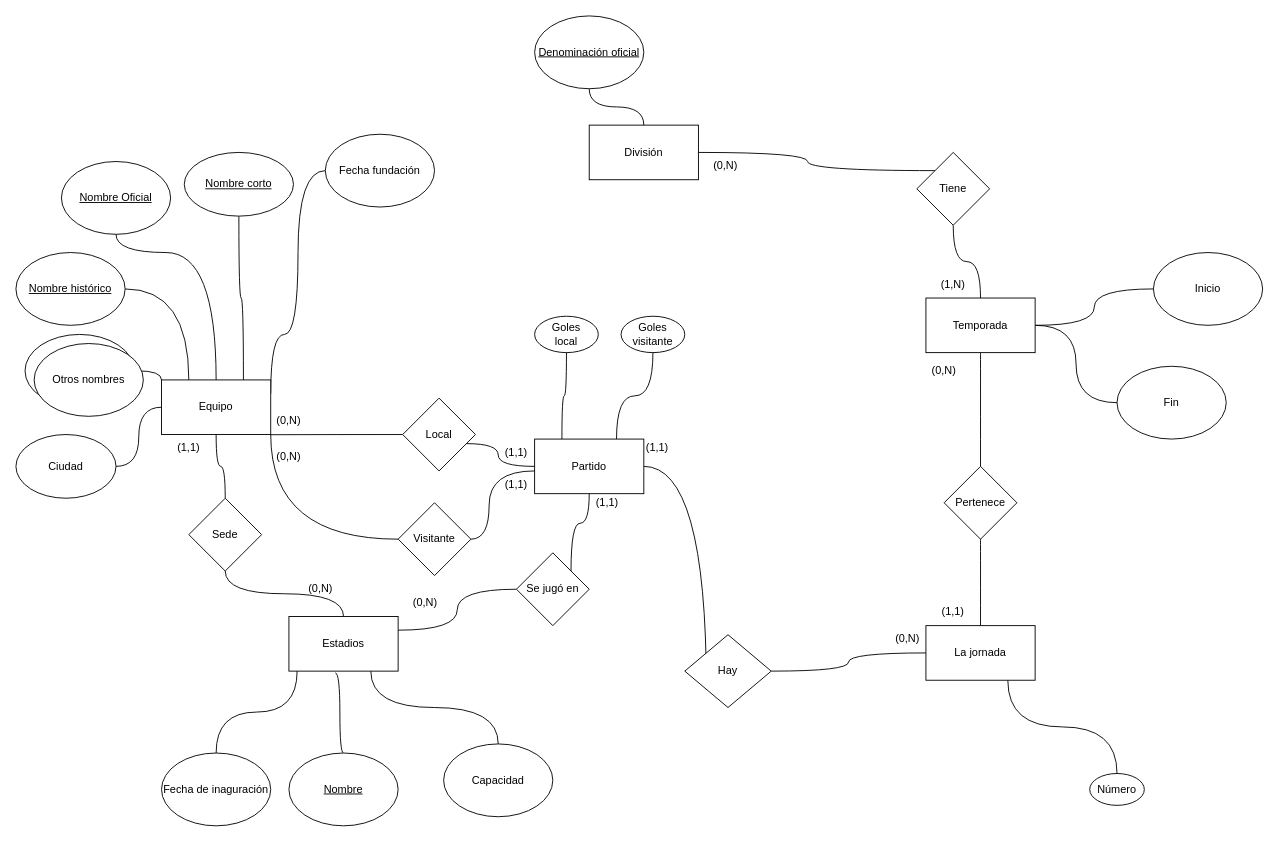
Above: draws/LigaFutbol.drawio in Practicass/Practica1_LigaFutbol (draw.io), before the change. Source tidied: cells renumbered, new cells numbered last; positions are measured from the earlier drawing's top-left corner, leaving out a move shared by most shapes. Both pictures are drawn from the tidied source at 91%, with x=0, y=0 at pixel (15, 15).
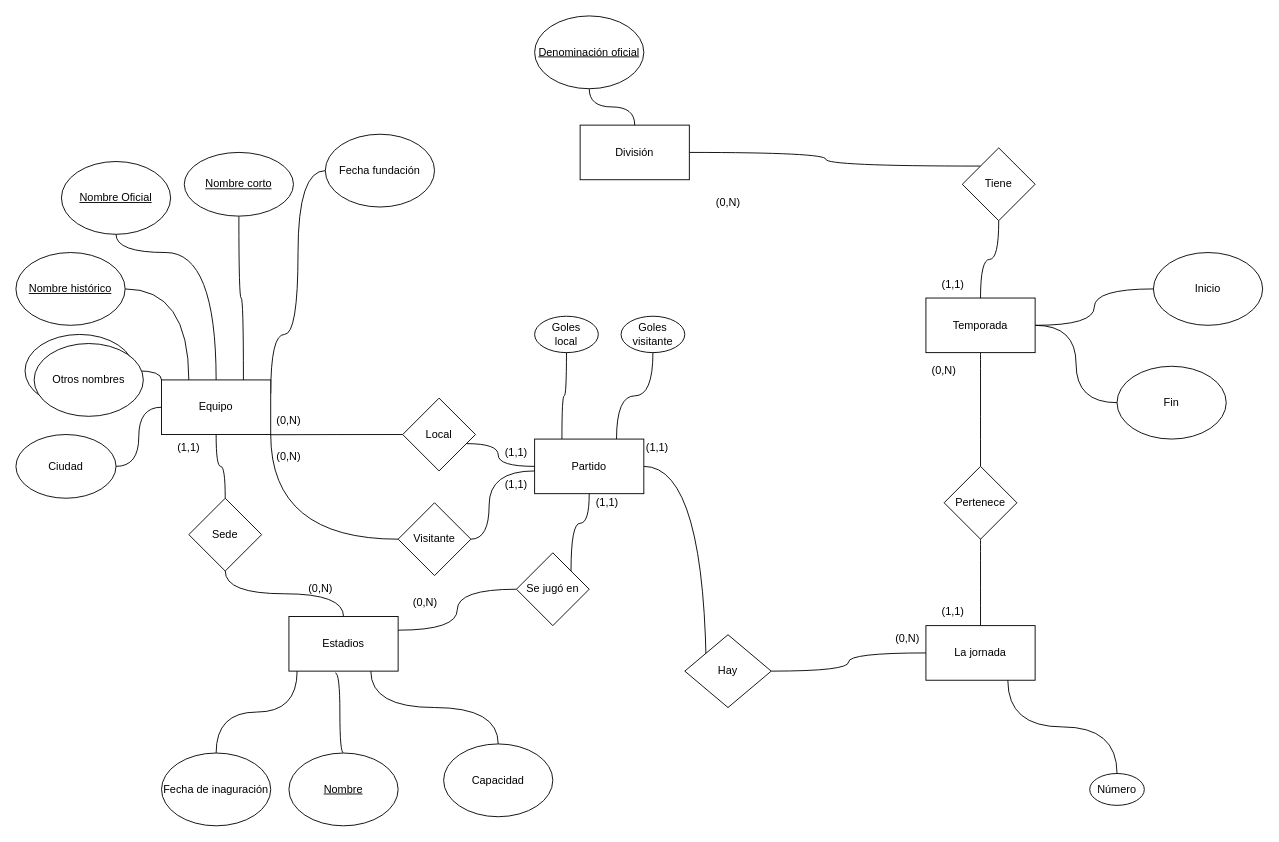
Above is the later version.

Diff of the diagram source:
```diff
@@
     <mxCell id="38" value="División" style="rounded=0;whiteSpace=wrap;html=1;" parent="1" vertex="1">
-      <mxGeometry x="630" y="120" width="120" height="60" as="geometry" />
+      <mxGeometry x="620" y="120" width="120" height="60" as="geometry" />
     </mxCell>
@@
     <mxCell id="60" value="Tiene" style="rhombus;whiteSpace=wrap;html=1;" parent="1" vertex="1">
-      <mxGeometry x="990" y="150" width="80" height="80" as="geometry" />
+      <mxGeometry x="1040" y="145" width="80" height="80" as="geometry" />
     </mxCell>
@@
     <mxCell id="69" value="(0,N)" style="text;html=1;strokeColor=none;fillColor=none;align=center;verticalAlign=middle;whiteSpace=wrap;rounded=0;" parent="1" vertex="1">
-      <mxGeometry x="750" y="150" width="60" height="30" as="geometry" />
+      <mxGeometry x="752.5" y="190" width="60" height="30" as="geometry" />
     </mxCell>
-    <mxCell id="70" value="(1,N)" style="text;html=1;strokeColor=none;fillColor=none;align=center;verticalAlign=middle;whiteSpace=wrap;rounded=0;" parent="1" vertex="1">
+    <mxCell id="70" value="(1,1)" style="text;html=1;strokeColor=none;fillColor=none;align=center;verticalAlign=middle;whiteSpace=wrap;rounded=0;" parent="1" vertex="1">
       <mxGeometry x="1000" y="280" width="60" height="30" as="geometry" />
     </mxCell>
```
